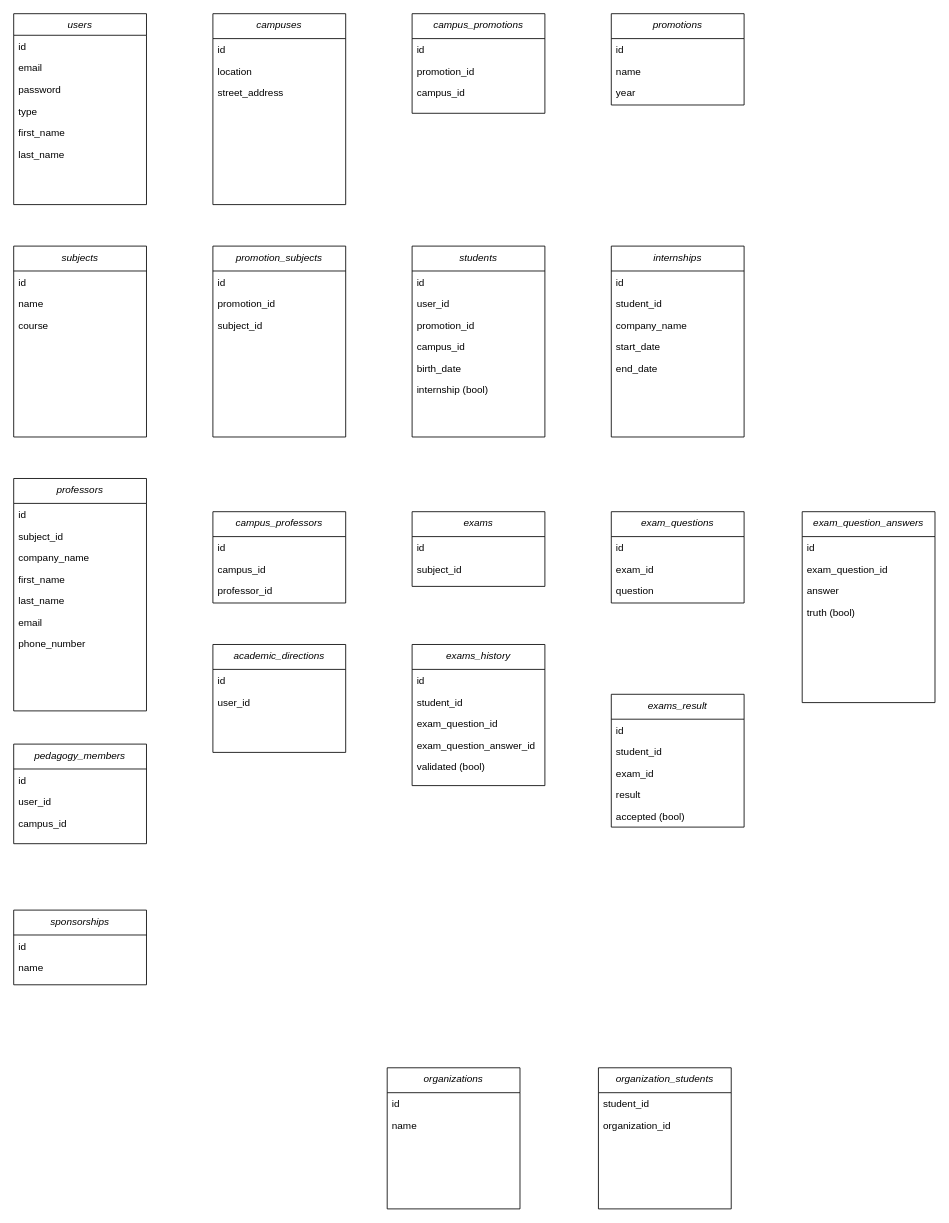
Above: page "Page-1" (1 of 2) of mcd.drawio in bnvd26/4PROJ (draw.io), before the change. Source tidied: cells renumbered, new cells numbered last; positions are measured from the earlier drawing's top-left corner, leaving out a move shared by most shapes. Both pictures are drawn from the tidied source at 83%, with x=0, y=0 at pixel (13, 13).
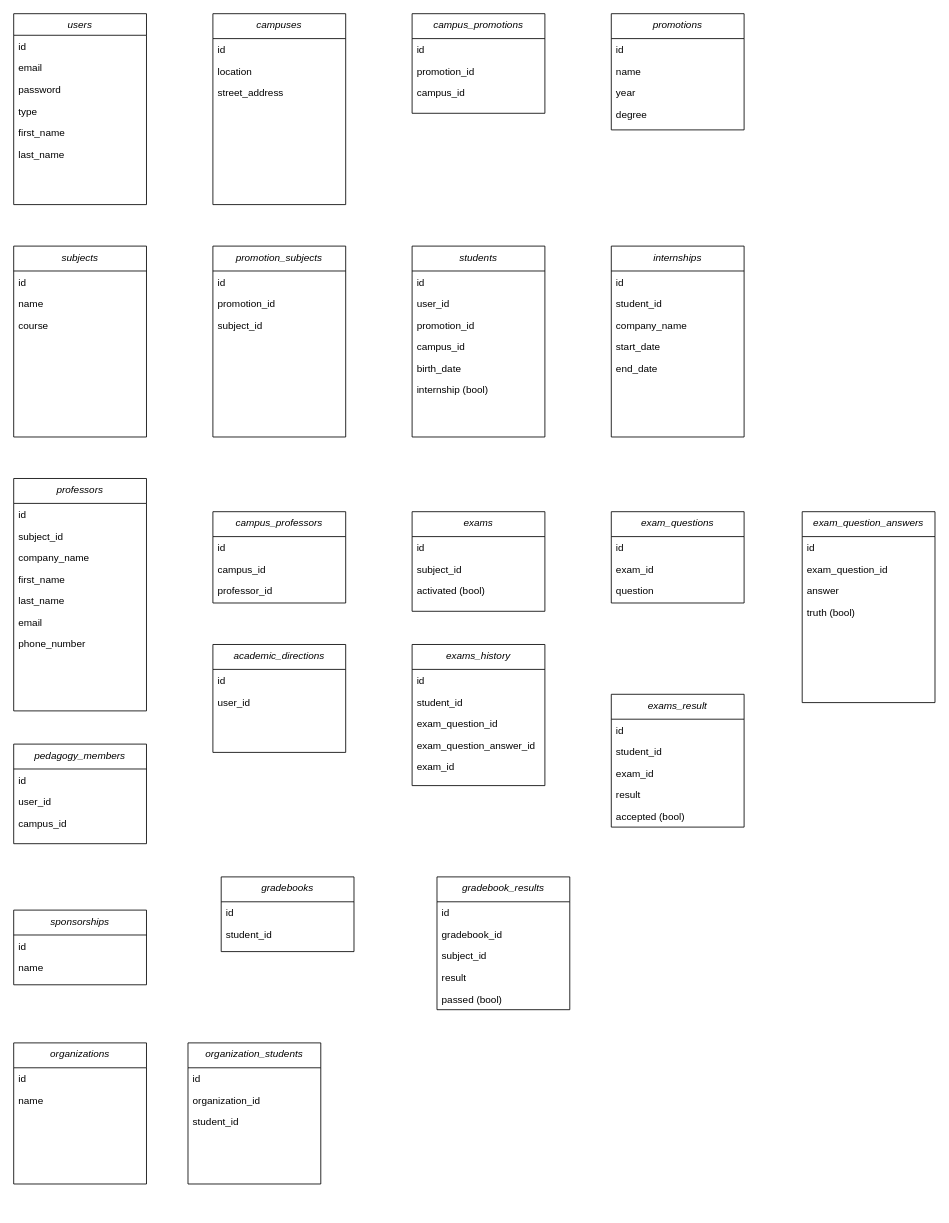
Above is the later version.

The change refers to these unchanged cells:
```xml
<mxCell id="44" value="exams_history" style="swimlane;fontStyle=2;align=center;verticalAlign=top;horizontal=1;startSize=30;rounded=0;shadow=0;strokeWidth=1;" parent="1" vertex="1">
  <mxGeometry x="480" y="760" width="160" height="170" as="geometry" />
</mxCell>
```

The edit, as a diff of the source:
```diff
@@
     <mxCell id="16" value="promotions" style="swimlane;fontStyle=2;align=center;verticalAlign=top;horizontal=1;startSize=30;rounded=0;shadow=0;strokeWidth=1;" parent="1" vertex="1">
-      <mxGeometry x="720" width="160" height="110" as="geometry" />
+      <mxGeometry x="720" width="160" height="140" as="geometry" />
     </mxCell>
@@
+    <mxCell id="94" value="degree" style="text;align=left;verticalAlign=top;spacingLeft=4;spacingRight=4;overflow=hidden;rounded=0;shadow=0;html=0;" parent="16" vertex="1">
+      <mxGeometry y="108" width="160" height="26" as="geometry" />
+    </mxCell>
@@
     <mxCell id="32" value="exams" style="swimlane;fontStyle=2;align=center;verticalAlign=top;horizontal=1;startSize=30;rounded=0;shadow=0;strokeWidth=1;" parent="1" vertex="1">
-      <mxGeometry x="480" y="600" width="160" height="90" as="geometry" />
+      <mxGeometry x="480" y="600" width="160" height="120" as="geometry" />
     </mxCell>
@@
+    <mxCell id="95" value="activated (bool)" style="text;align=left;verticalAlign=top;spacingLeft=4;spacingRight=4;overflow=hidden;" parent="32" vertex="1">
+      <mxGeometry y="82" width="160" height="26" as="geometry" />
+    </mxCell>
@@
-    <mxCell id="49" value="validated (bool)" style="text;align=left;verticalAlign=top;spacingLeft=4;spacingRight=4;overflow=hidden;" parent="44" vertex="1">
-      <mxGeometry y="134" width="160" height="26" as="geometry" />
-    </mxCell>
+    <mxCell id="96" value="exam_id" style="text;align=left;verticalAlign=top;spacingLeft=4;spacingRight=4;overflow=hidden;" parent="44" vertex="1">
+      <mxGeometry y="134" width="160" height="26" as="geometry" />
+    </mxCell>
@@
     <mxCell id="71" value="organizations" style="swimlane;fontStyle=2;align=center;verticalAlign=top;horizontal=1;startSize=30;rounded=0;shadow=0;strokeWidth=1;" parent="1" vertex="1">
-      <mxGeometry x="450" y="1270" width="160" height="170" as="geometry" />
+      <mxGeometry y="1240" width="160" height="170" as="geometry" />
     </mxCell>
@@
-    <mxCell id="74" value="organization_students" style="swimlane;fontStyle=2;align=center;verticalAlign=top;horizontal=1;startSize=30;rounded=0;shadow=0;strokeWidth=1;" parent="1" vertex="1">
-      <mxGeometry x="704.5" y="1270" width="160" height="170" as="geometry" />
-    </mxCell>
-    <mxCell id="75" value="student_id" style="text;align=left;verticalAlign=top;spacingLeft=4;spacingRight=4;overflow=hidden;" parent="74" vertex="1">
-      <mxGeometry y="30" width="160" height="26" as="geometry" />
-    </mxCell>
-    <mxCell id="76" value="organization_id" style="text;align=left;verticalAlign=top;spacingLeft=4;spacingRight=4;overflow=hidden;" parent="74" vertex="1">
-      <mxGeometry y="56" width="160" height="26" as="geometry" />
-    </mxCell>
@@
+    <mxCell id="97" value="gradebooks" style="swimlane;fontStyle=2;align=center;verticalAlign=top;horizontal=1;startSize=30;rounded=0;shadow=0;strokeWidth=1;" parent="1" vertex="1">
+      <mxGeometry x="250" y="1040" width="160" height="90" as="geometry" />
+    </mxCell>
+    <mxCell id="98" value="id" style="text;align=left;verticalAlign=top;spacingLeft=4;spacingRight=4;overflow=hidden;" parent="97" vertex="1">
+      <mxGeometry y="30" width="160" height="26" as="geometry" />
+    </mxCell>
+    <mxCell id="99" value="student_id" style="text;align=left;verticalAlign=top;spacingLeft=4;spacingRight=4;overflow=hidden;" parent="97" vertex="1">
+      <mxGeometry y="56" width="160" height="26" as="geometry" />
+    </mxCell>
+    <mxCell id="100" value="gradebook_results" style="swimlane;fontStyle=2;align=center;verticalAlign=top;horizontal=1;startSize=30;rounded=0;shadow=0;strokeWidth=1;" parent="1" vertex="1">
+      <mxGeometry x="510" y="1040" width="160" height="160" as="geometry" />
+    </mxCell>
+    <mxCell id="101" value="id" style="text;align=left;verticalAlign=top;spacingLeft=4;spacingRight=4;overflow=hidden;" parent="100" vertex="1">
+      <mxGeometry y="30" width="160" height="26" as="geometry" />
+    </mxCell>
+    <mxCell id="102" value="gradebook_id" style="text;align=left;verticalAlign=top;spacingLeft=4;spacingRight=4;overflow=hidden;" parent="100" vertex="1">
+      <mxGeometry y="56" width="160" height="26" as="geometry" />
+    </mxCell>
+    <mxCell id="103" value="subject_id" style="text;align=left;verticalAlign=top;spacingLeft=4;spacingRight=4;overflow=hidden;" parent="100" vertex="1">
+      <mxGeometry y="82" width="160" height="26" as="geometry" />
+    </mxCell>
+    <mxCell id="104" value="result" style="text;align=left;verticalAlign=top;spacingLeft=4;spacingRight=4;overflow=hidden;" parent="100" vertex="1">
+      <mxGeometry y="108" width="160" height="26" as="geometry" />
+    </mxCell>
+    <mxCell id="105" value="passed (bool)" style="text;align=left;verticalAlign=top;spacingLeft=4;spacingRight=4;overflow=hidden;" parent="100" vertex="1">
+      <mxGeometry y="134" width="160" height="26" as="geometry" />
+    </mxCell>
+    <mxCell id="74" value="organization_students" style="swimlane;fontStyle=2;align=center;verticalAlign=top;horizontal=1;startSize=30;rounded=0;shadow=0;strokeWidth=1;" parent="1" vertex="1">
+      <mxGeometry x="210" y="1240" width="160" height="170" as="geometry" />
+    </mxCell>
+    <mxCell id="106" value="id" style="text;align=left;verticalAlign=top;spacingLeft=4;spacingRight=4;overflow=hidden;" parent="74" vertex="1">
+      <mxGeometry y="30" width="160" height="26" as="geometry" />
+    </mxCell>
+    <mxCell id="76" value="organization_id" style="text;align=left;verticalAlign=top;spacingLeft=4;spacingRight=4;overflow=hidden;" parent="74" vertex="1">
+      <mxGeometry y="56" width="160" height="26" as="geometry" />
+    </mxCell>
+    <mxCell id="107" value="student_id" style="text;align=left;verticalAlign=top;spacingLeft=4;spacingRight=4;overflow=hidden;" parent="74" vertex="1">
+      <mxGeometry y="82" width="160" height="26" as="geometry" />
+    </mxCell>
```
